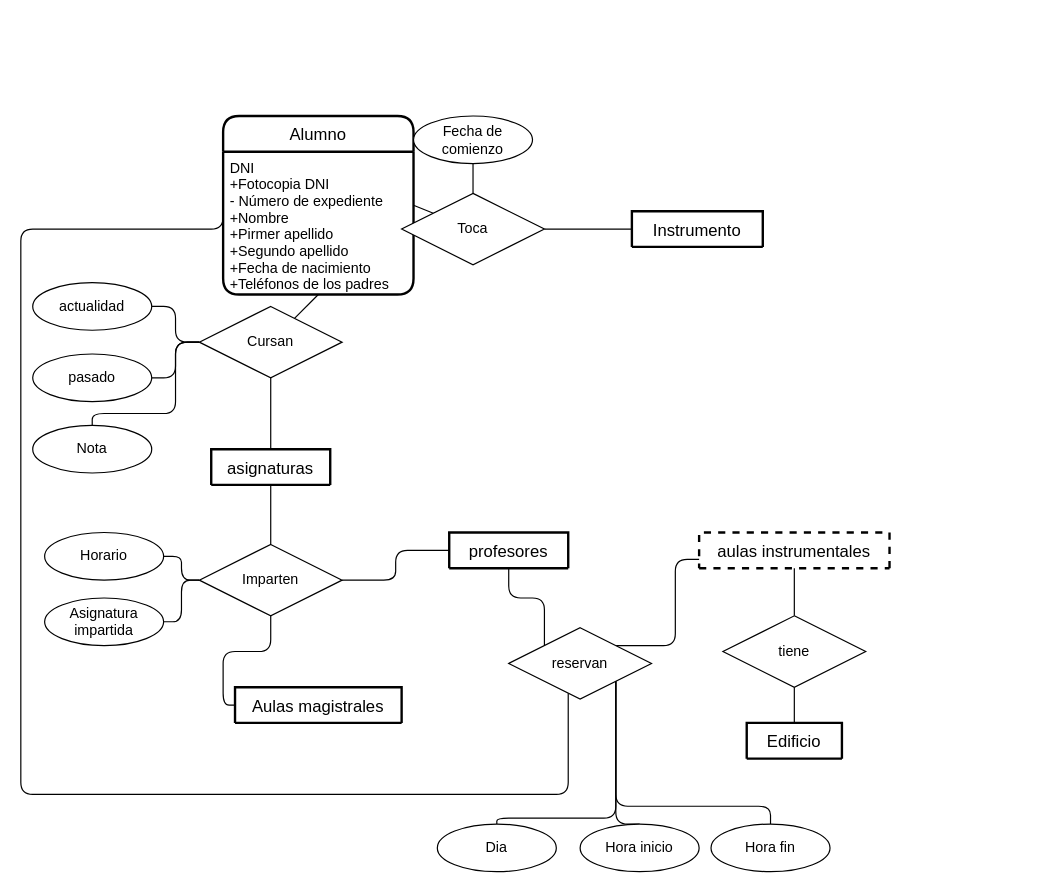
Before: conservatorio.drawio in Alejandrogaralv/Bases_de_datos, a draw.io diagram. Source tidied: cells renumbered, new cells numbered last; positions are measured from the earlier drawing's top-left corner, leaving out a move shared by most shapes. Both pictures are drawn from the tidied source at 119%, with x=0, y=0 at pixel (20, 115).
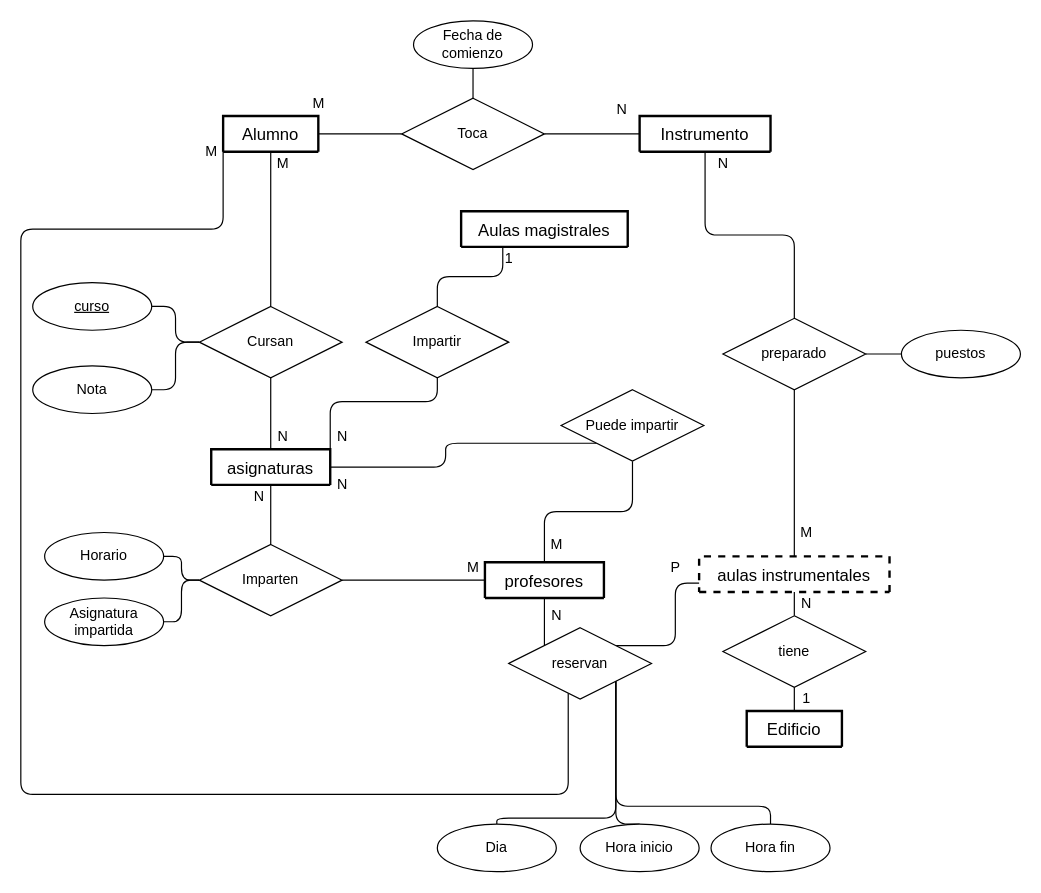
Above is the later version.

Unchanged cells that the change refers to:
```xml
<mxCell id="7" value="asignaturas" style="swimlane;horizontal=1;startSize=30;rounded=1;fontSize=14;fontStyle=0;strokeWidth=2;shadow=0;dashed=0;align=center;" parent="1" vertex="1" collapsed="1">
  <mxGeometry x="160" y="280" width="100" height="30" as="geometry" />
</mxCell>
<mxCell id="23" value="Cursan" style="shape=rhombus;perimeter=rhombusPerimeter;whiteSpace=wrap;html=1;align=center;" parent="1" vertex="1">
  <mxGeometry x="150" y="160" width="120" height="60" as="geometry" />
</mxCell>
<mxCell id="31" value="Imparten" style="shape=rhombus;perimeter=rhombusPerimeter;whiteSpace=wrap;html=1;align=center;" parent="1" vertex="1">
  <mxGeometry x="150" y="360" width="120" height="60" as="geometry" />
</mxCell>
```

Change to the diagram source:
```diff
@@
-    <mxCell id="4" value="Alumno" style="swimlane;horizontal=1;startSize=30;rounded=1;fontSize=14;fontStyle=0;strokeWidth=2;shadow=0;dashed=0;align=center;" parent="1" vertex="1">
-      <mxGeometry x="170" width="160" height="150" as="geometry" />
+    <mxCell id="4" value="Alumno" style="swimlane;horizontal=1;startSize=30;rounded=1;fontSize=14;fontStyle=0;strokeWidth=2;shadow=0;dashed=0;align=center;" parent="1" vertex="1" collapsed="1">
+      <mxGeometry x="170" width="80" height="30" as="geometry" />
     </mxCell>
-    <mxCell id="5" value="DNI&#10;+Fotocopia DNI&#10;- Número de expediente&#10;+Nombre&#10;+Pirmer apellido&#10;+Segundo apellido&#10;+Fecha de nacimiento&#10;+Teléfonos de los padres&#10;&#10;" style="align=left;strokeColor=none;fillColor=none;spacingLeft=4;fontSize=12;verticalAlign=top;" parent="4" vertex="1">
-      <mxGeometry y="30" width="160" height="120" as="geometry" />
-    </mxCell>
     <mxCell id="6" value="Instrumento" style="swimlane;horizontal=1;startSize=30;rounded=1;fontSize=14;fontStyle=0;strokeWidth=2;shadow=0;dashed=0;align=center;" parent="1" vertex="1" collapsed="1">
-      <mxGeometry x="513.5" y="80" width="110" height="30" as="geometry" />
+      <mxGeometry x="520" width="110" height="30" as="geometry" />
     </mxCell>
+    <mxCell id="45" style="edgeStyle=orthogonalEdgeStyle;html=1;exitX=1;exitY=0.5;exitDx=0;exitDy=0;entryX=0.5;entryY=1;entryDx=0;entryDy=0;endArrow=none;endFill=0;" parent="1" edge="1" source="7" target="59">
+      <mxGeometry relative="1" as="geometry">
+        <Array as="points">
+          <mxPoint x="260" y="240" />
+          <mxPoint x="350" y="240" />
+        </Array>
+      </mxGeometry>
+    </mxCell>
+    <mxCell id="46" style="edgeStyle=orthogonalEdgeStyle;html=1;entryX=0;entryY=1;entryDx=0;entryDy=0;endArrow=none;endFill=0;" parent="1" edge="1" source="7" target="54">
+      <mxGeometry relative="1" as="geometry" />
+    </mxCell>
@@
+    <mxCell id="47" style="edgeStyle=orthogonalEdgeStyle;html=1;entryX=0.5;entryY=1;entryDx=0;entryDy=0;endArrow=none;endFill=0;" parent="1" edge="1" source="10" target="54">
+      <mxGeometry relative="1" as="geometry" />
+    </mxCell>
     <mxCell id="10" value="profesores" style="swimlane;horizontal=1;startSize=30;rounded=1;fontSize=14;fontStyle=0;strokeWidth=2;shadow=0;dashed=0;align=center;" parent="1" vertex="1" collapsed="1">
-      <mxGeometry x="360" y="350" width="100" height="30" as="geometry" />
+      <mxGeometry x="390" y="375" width="100" height="30" as="geometry" />
     </mxCell>
+    <mxCell id="48" style="edgeStyle=orthogonalEdgeStyle;html=1;exitX=0.25;exitY=1;exitDx=0;exitDy=0;entryX=0.5;entryY=0;entryDx=0;entryDy=0;endArrow=none;endFill=0;" parent="1" edge="1" source="11" target="59">
+      <mxGeometry relative="1" as="geometry" />
+    </mxCell>
     <mxCell id="11" value="Aulas magistrales" style="swimlane;horizontal=1;startSize=30;rounded=1;fontSize=14;fontStyle=0;strokeWidth=2;shadow=0;dashed=0;align=center;" parent="1" vertex="1" collapsed="1">
-      <mxGeometry x="180" y="480" width="140" height="30" as="geometry" />
+      <mxGeometry x="370" y="80" width="140" height="30" as="geometry" />
     </mxCell>
+    <mxCell id="49" style="edgeStyle=none;html=1;entryX=0.5;entryY=1;entryDx=0;entryDy=0;endArrow=none;endFill=0;" parent="1" edge="1" source="12" target="57">
+      <mxGeometry relative="1" as="geometry" />
+    </mxCell>
     <mxCell id="12" value="aulas instrumentales" style="swimlane;horizontal=1;startSize=30;rounded=1;fontSize=14;fontStyle=0;strokeWidth=2;shadow=0;dashed=1;align=center;" parent="1" vertex="1" collapsed="1">
-      <mxGeometry x="570" y="350" width="160" height="30" as="geometry" />
+      <mxGeometry x="570" y="370" width="160" height="30" as="geometry" />
     </mxCell>
@@
     <mxCell id="14" value="Edificio" style="swimlane;horizontal=1;startSize=30;rounded=1;fontSize=14;fontStyle=0;strokeWidth=2;shadow=0;dashed=0;align=center;" parent="1" vertex="1" collapsed="1">
-      <mxGeometry x="610" y="510" width="80" height="30" as="geometry" />
+      <mxGeometry x="610" y="500" width="80" height="30" as="geometry" />
     </mxCell>
@@
     <mxCell id="17" value="Toca" style="shape=rhombus;perimeter=rhombusPerimeter;whiteSpace=wrap;html=1;align=center;" parent="1" vertex="1">
-      <mxGeometry x="320" y="65" width="120" height="60" as="geometry" />
+      <mxGeometry x="320" y="-15" width="120" height="60" as="geometry" />
     </mxCell>
     <mxCell id="18" value="Fecha de comienzo" style="ellipse;whiteSpace=wrap;html=1;align=center;" parent="1" vertex="1">
-      <mxGeometry x="330" width="100" height="40" as="geometry" />
+      <mxGeometry x="330" y="-80" width="100" height="40" as="geometry" />
     </mxCell>
@@
-    <mxCell id="21" style="edgeStyle=orthogonalEdgeStyle;html=1;exitX=0;exitY=0.5;exitDx=0;exitDy=0;endArrow=none;endFill=0;" parent="1" edge="1" source="23" target="25">
-      <mxGeometry relative="1" as="geometry" />
-    </mxCell>
-    <mxCell id="22" style="edgeStyle=orthogonalEdgeStyle;html=1;endArrow=none;endFill=0;exitX=0;exitY=0.5;exitDx=0;exitDy=0;" parent="1" edge="1" source="23" target="26">
+    <mxCell id="22" style="edgeStyle=orthogonalEdgeStyle;html=1;endArrow=none;endFill=0;exitX=0;exitY=0.5;exitDx=0;exitDy=0;entryX=1;entryY=0.5;entryDx=0;entryDy=0;" parent="1" edge="1" source="23" target="26">
       <mxGeometry relative="1" as="geometry">
         <Array as="points">
           <mxPoint x="130" y="190" />
-          <mxPoint x="130" y="250" />
-          <mxPoint x="60" y="250" />
+          <mxPoint x="130" y="230" />
         </Array>
       </mxGeometry>
     </mxCell>
@@
-    <mxCell id="24" value="actualidad" style="ellipse;whiteSpace=wrap;html=1;align=center;" parent="1" vertex="1">
+    <mxCell id="24" value="&lt;u&gt;curso&lt;/u&gt;" style="ellipse;whiteSpace=wrap;html=1;align=center;" parent="1" vertex="1">
       <mxGeometry x="10" y="140" width="100" height="40" as="geometry" />
     </mxCell>
-    <mxCell id="25" value="pasado" style="ellipse;whiteSpace=wrap;html=1;align=center;" parent="1" vertex="1">
-      <mxGeometry x="10" y="200" width="100" height="40" as="geometry" />
-    </mxCell>
     <mxCell id="26" value="Nota" style="ellipse;whiteSpace=wrap;html=1;align=center;" parent="1" vertex="1">
-      <mxGeometry x="10" y="260" width="100" height="40" as="geometry" />
+      <mxGeometry x="10" y="210" width="100" height="40" as="geometry" />
     </mxCell>
@@
-    <mxCell id="28" style="edgeStyle=orthogonalEdgeStyle;html=1;entryX=0;entryY=0.5;entryDx=0;entryDy=0;endArrow=none;endFill=0;" parent="1" edge="1" source="31" target="11">
-      <mxGeometry relative="1" as="geometry" />
-    </mxCell>
@@
+    <mxCell id="50" value="M" style="text;html=1;align=center;verticalAlign=middle;strokeColor=none;" parent="1" vertex="1">
+      <mxGeometry x="235" y="-20" width="30" height="20" as="geometry" />
+    </mxCell>
+    <mxCell id="51" value="N" style="text;html=1;align=center;verticalAlign=middle;strokeColor=none;" parent="1" vertex="1">
+      <mxGeometry x="495" y="-15" width="20" height="20" as="geometry" />
+    </mxCell>
+    <mxCell id="52" value="M" style="text;html=1;align=center;verticalAlign=middle;strokeColor=none;" parent="1" vertex="1">
+      <mxGeometry x="205" y="30" width="30" height="20" as="geometry" />
+    </mxCell>
+    <mxCell id="53" value="N" style="text;html=1;align=center;verticalAlign=middle;strokeColor=none;" parent="1" vertex="1">
+      <mxGeometry x="210" y="260" width="20" height="20" as="geometry" />
+    </mxCell>
+    <mxCell id="54" value="Puede impartir" style="shape=rhombus;perimeter=rhombusPerimeter;whiteSpace=wrap;html=1;align=center;" parent="1" vertex="1">
+      <mxGeometry x="454" y="230" width="120" height="60" as="geometry" />
+    </mxCell>
+    <mxCell id="55" style="edgeStyle=orthogonalEdgeStyle;html=1;entryX=0.5;entryY=1;entryDx=0;entryDy=0;endArrow=none;endFill=0;" parent="1" edge="1" source="57" target="6">
+      <mxGeometry relative="1" as="geometry" />
+    </mxCell>
+    <mxCell id="56" style="edgeStyle=orthogonalEdgeStyle;html=1;endArrow=none;endFill=0;" parent="1" edge="1" source="57" target="58">
+      <mxGeometry relative="1" as="geometry" />
+    </mxCell>
+    <mxCell id="57" value="preparado" style="shape=rhombus;perimeter=rhombusPerimeter;whiteSpace=wrap;html=1;align=center;" parent="1" vertex="1">
+      <mxGeometry x="590" y="170" width="120" height="60" as="geometry" />
+    </mxCell>
+    <mxCell id="58" value="puestos" style="ellipse;whiteSpace=wrap;html=1;align=center;" parent="1" vertex="1">
+      <mxGeometry x="740" y="180" width="100" height="40" as="geometry" />
+    </mxCell>
+    <mxCell id="59" value="Impartir" style="shape=rhombus;perimeter=rhombusPerimeter;whiteSpace=wrap;html=1;align=center;" parent="1" vertex="1">
+      <mxGeometry x="290" y="160" width="120" height="60" as="geometry" />
+    </mxCell>
+    <mxCell id="60" value="M" style="text;html=1;align=center;verticalAlign=middle;strokeColor=none;" parent="1" vertex="1">
+      <mxGeometry x="145" y="20" width="30" height="20" as="geometry" />
+    </mxCell>
+    <mxCell id="61" value="N" style="text;html=1;align=center;verticalAlign=middle;strokeColor=none;" parent="1" vertex="1">
+      <mxGeometry x="580" y="30" width="20" height="20" as="geometry" />
+    </mxCell>
+    <mxCell id="62" value="M" style="text;html=1;align=center;verticalAlign=middle;strokeColor=none;" parent="1" vertex="1">
+      <mxGeometry x="645" y="340" width="30" height="20" as="geometry" />
+    </mxCell>
+    <mxCell id="63" value="N" style="text;html=1;align=center;verticalAlign=middle;strokeColor=none;" parent="1" vertex="1">
+      <mxGeometry x="650" y="400" width="20" height="20" as="geometry" />
+    </mxCell>
+    <mxCell id="64" value="P" style="text;html=1;align=center;verticalAlign=middle;strokeColor=none;" parent="1" vertex="1">
+      <mxGeometry x="540" y="370" width="20" height="20" as="geometry" />
+    </mxCell>
+    <mxCell id="65" value="1" style="text;html=1;align=center;verticalAlign=middle;strokeColor=none;" parent="1" vertex="1">
+      <mxGeometry x="400" y="110" width="20" height="20" as="geometry" />
+    </mxCell>
+    <mxCell id="66" value="N" style="text;html=1;align=center;verticalAlign=middle;strokeColor=none;" parent="1" vertex="1">
+      <mxGeometry x="260" y="260" width="20" height="20" as="geometry" />
+    </mxCell>
+    <mxCell id="67" value="N" style="text;html=1;align=center;verticalAlign=middle;strokeColor=none;" parent="1" vertex="1">
+      <mxGeometry x="260" y="300" width="20" height="20" as="geometry" />
+    </mxCell>
+    <mxCell id="68" value="N" style="text;html=1;align=center;verticalAlign=middle;strokeColor=none;" parent="1" vertex="1">
+      <mxGeometry x="190" y="310" width="20" height="20" as="geometry" />
+    </mxCell>
+    <mxCell id="69" value="N" style="text;html=1;align=center;verticalAlign=middle;strokeColor=none;" parent="1" vertex="1">
+      <mxGeometry x="440" y="410" width="20" height="20" as="geometry" />
+    </mxCell>
+    <mxCell id="70" value="M" style="text;html=1;align=center;verticalAlign=middle;strokeColor=none;" parent="1" vertex="1">
+      <mxGeometry x="365" y="370" width="30" height="20" as="geometry" />
+    </mxCell>
+    <mxCell id="71" value="M" style="text;html=1;align=center;verticalAlign=middle;strokeColor=none;" parent="1" vertex="1">
+      <mxGeometry x="435" y="350" width="30" height="20" as="geometry" />
+    </mxCell>
+    <mxCell id="72" value="1" style="text;html=1;align=center;verticalAlign=middle;strokeColor=none;" parent="1" vertex="1">
+      <mxGeometry x="650" y="480" width="20" height="20" as="geometry" />
+    </mxCell>
```
